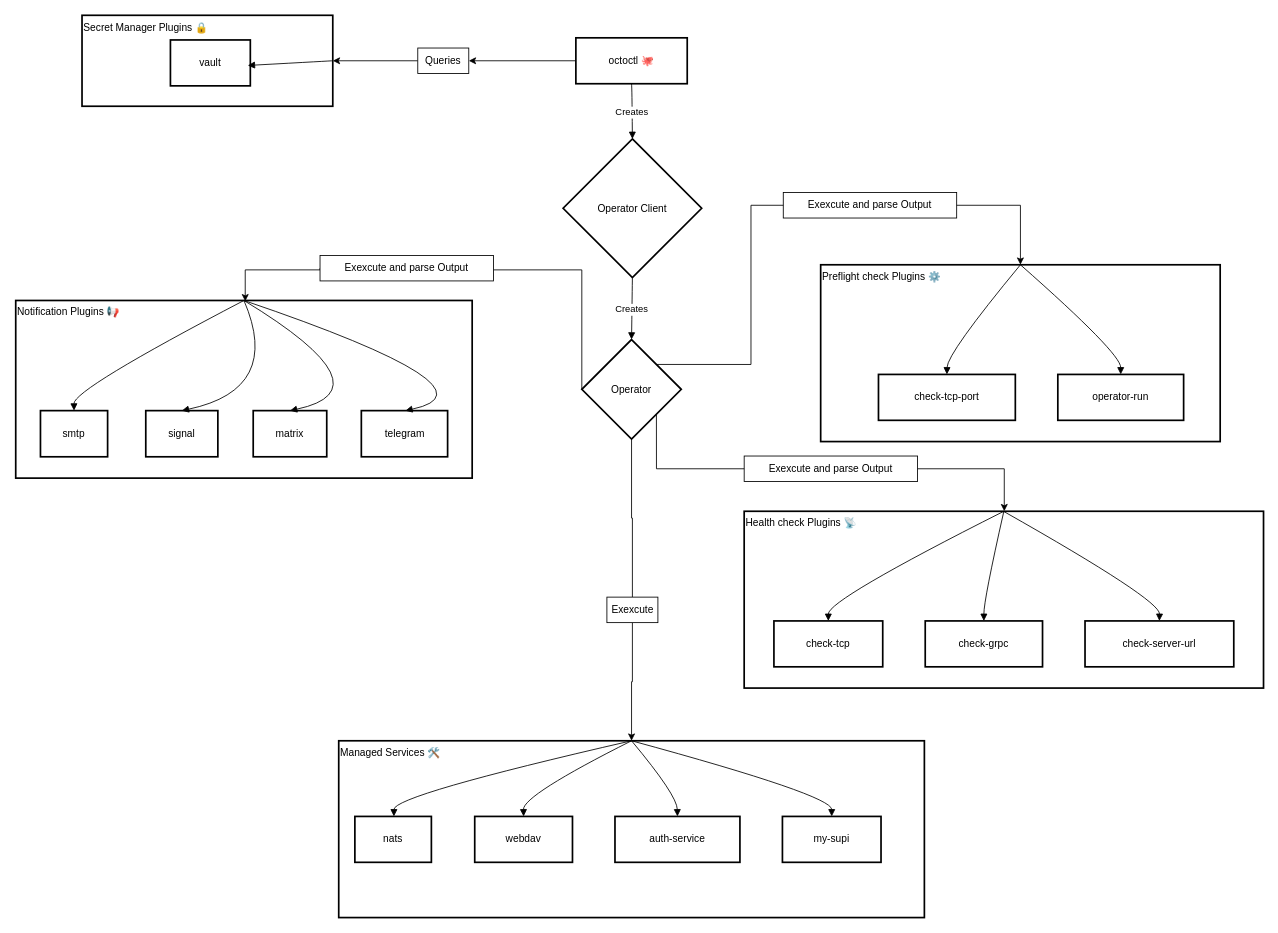
Before: content/en/docs/architecture/plugin-architecture.drawio in octocompose/docs, a draw.io diagram. Source tidied: cells renumbered, new cells numbered last; positions are measured from the earlier drawing's top-left corner, leaving out a move shared by most shapes. Both pictures are drawn from the tidied source at 85%, with x=0, y=0 at pixel (15, 15).
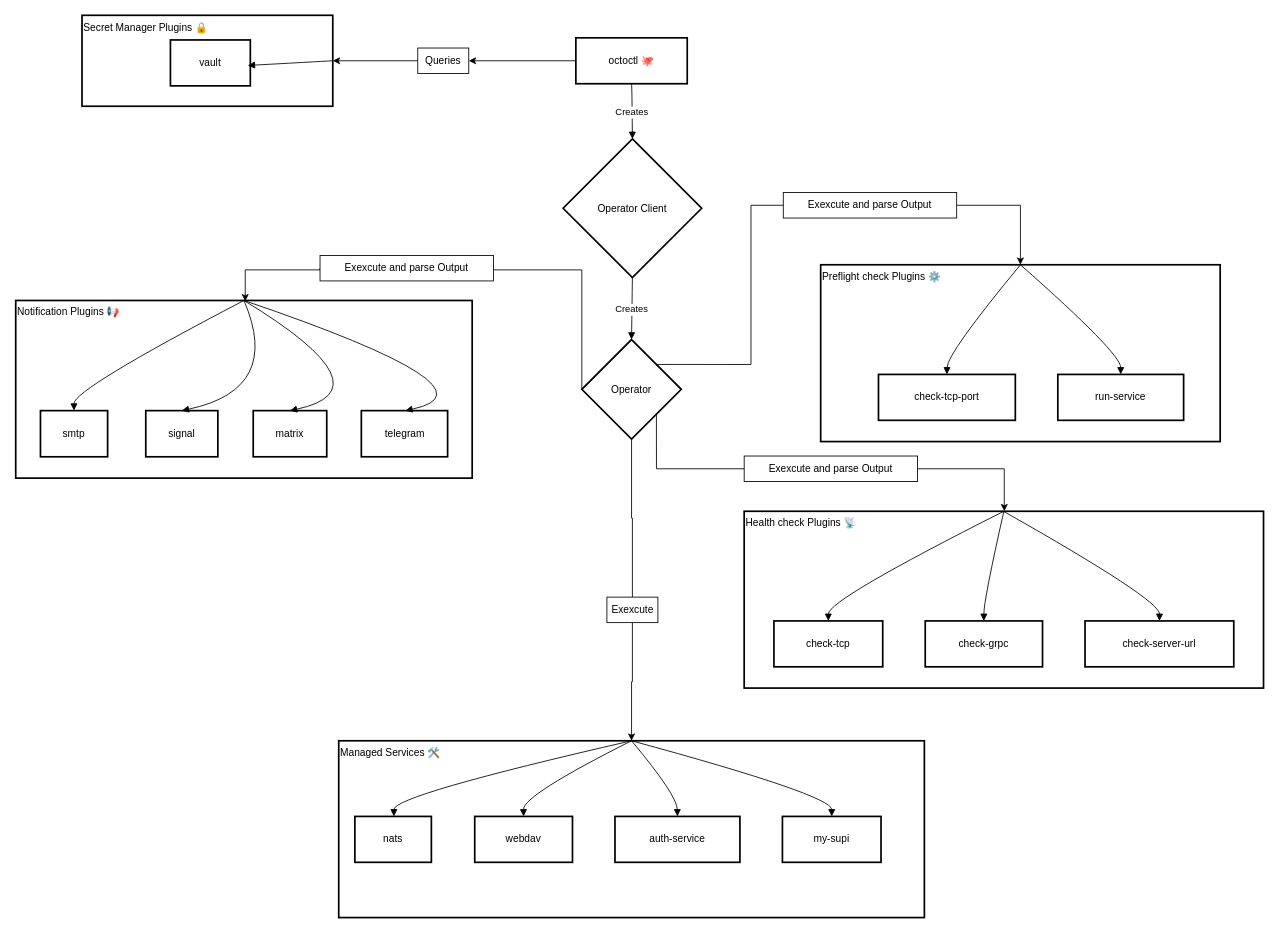
The same diagram, later.

Unchanged cells that the change refers to:
```xml
<mxCell id="37" style="group;" parent="1" vertex="1">
  <mxGeometry x="947" y="293" width="470" height="208" as="geometry" />
</mxCell>
```

The edit, as a diff of the source:
```diff
@@
-    <mxCell id="40" value="operator-run" style="whiteSpace=wrap;strokeWidth=2;" parent="37" vertex="1">
+    <mxCell id="40" value="run-service" style="whiteSpace=wrap;strokeWidth=2;" parent="37" vertex="1">
       <mxGeometry x="279" y="129" width="148" height="54" as="geometry" />
     </mxCell>
```
